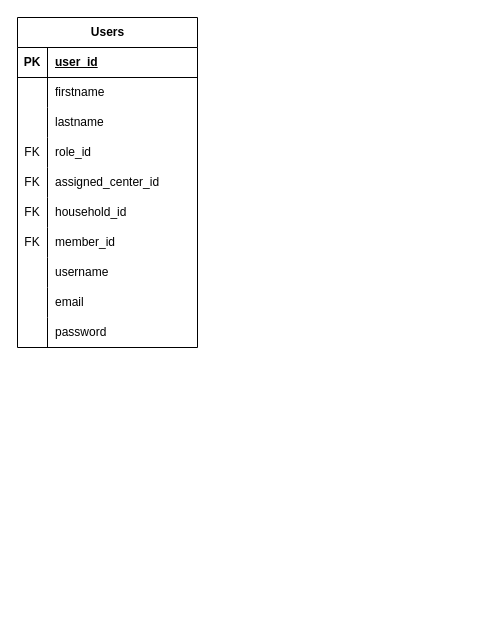
Earlier version of the draw.io diagram page "ERD" (3 of 3) of docs/sys.drawio (klint-droid/EvaTrack). Source tidied: cells renumbered, new cells numbered last; positions are measured from the earlier drawing's top-left corner, leaving out a move shared by most shapes. Both pictures are drawn from the tidied source at 100%, with x=0, y=0 at pixel (17, 17).
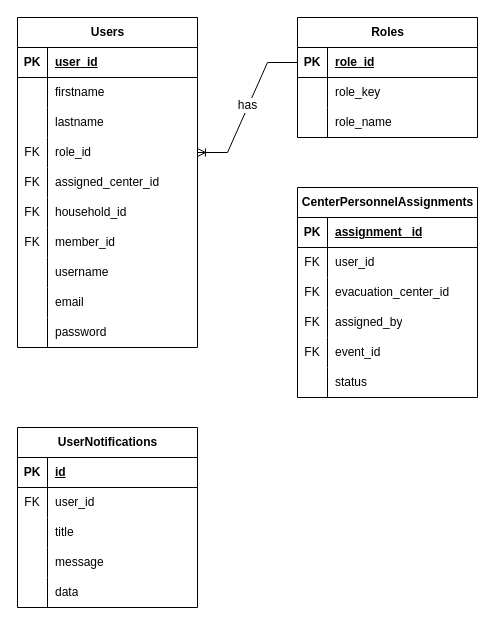
After the change.

The change refers to these unchanged cells:
```xml
<mxCell id="12" style="shape=tableRow;horizontal=0;startSize=0;swimlaneHead=0;swimlaneBody=0;fillColor=none;points=[[0,0.5],[1,0.5]];portConstraint=eastwest;top=0;left=0;right=0;bottom=0;" parent="2" vertex="1">
  <mxGeometry y="120" width="180" height="30" as="geometry" />
</mxCell>
```

What changed in the source:
```diff
@@
+    <mxCell id="33" value="Roles" style="shape=table;startSize=30;childLayout=tableLayout;rowLines=0;fontStyle=1;align=center;html=1;" parent="1" vertex="1">
+      <mxGeometry x="280" width="180" height="120" as="geometry" />
+    </mxCell>
+    <mxCell id="34" style="shape=tableRow;horizontal=0;startSize=0;swimlaneHead=0;swimlaneBody=0;fillColor=none;points=[[0,0.5],[1,0.5]];portConstraint=eastwest;top=0;left=0;right=0;bottom=1;" parent="33" vertex="1">
+      <mxGeometry y="30" width="180" height="30" as="geometry" />
+    </mxCell>
+    <mxCell id="35" value="PK" style="shape=partialRectangle;fillColor=none;top=0;left=0;bottom=0;right=0;fontStyle=1;overflow=hidden;whiteSpace=wrap;html=1;" parent="34" vertex="1">
+      <mxGeometry width="30" height="30" as="geometry" />
+    </mxCell>
+    <mxCell id="36" value="role_id" style="shape=partialRectangle;fillColor=none;top=0;left=0;bottom=0;right=0;align=left;spacingLeft=6;fontStyle=5;overflow=hidden;whiteSpace=wrap;html=1;" parent="34" vertex="1">
+      <mxGeometry x="30" width="150" height="30" as="geometry" />
+    </mxCell>
+    <mxCell id="37" style="shape=tableRow;horizontal=0;startSize=0;swimlaneHead=0;swimlaneBody=0;fillColor=none;top=0;left=0;right=0;bottom=0;" parent="33" vertex="1">
+      <mxGeometry y="60" width="180" height="30" as="geometry" />
+    </mxCell>
+    <mxCell id="38" style="shape=partialRectangle;fillColor=none;top=0;left=0;bottom=0;right=0;overflow=hidden;whiteSpace=wrap;html=1;" parent="37" vertex="1">
+      <mxGeometry width="30" height="30" as="geometry" />
+    </mxCell>
+    <mxCell id="39" value="role_key" style="shape=partialRectangle;fillColor=none;top=0;left=0;bottom=0;right=0;align=left;spacingLeft=6;overflow=hidden;whiteSpace=wrap;html=1;" parent="37" vertex="1">
+      <mxGeometry x="30" width="150" height="30" as="geometry" />
+    </mxCell>
+    <mxCell id="40" style="shape=tableRow;horizontal=0;startSize=0;swimlaneHead=0;swimlaneBody=0;fillColor=none;top=0;left=0;right=0;bottom=0;" parent="33" vertex="1">
+      <mxGeometry y="90" width="180" height="30" as="geometry" />
+    </mxCell>
+    <mxCell id="41" style="shape=partialRectangle;fillColor=none;top=0;left=0;bottom=0;right=0;overflow=hidden;whiteSpace=wrap;html=1;" parent="40" vertex="1">
+      <mxGeometry width="30" height="30" as="geometry" />
+    </mxCell>
+    <mxCell id="42" value="role_name" style="shape=partialRectangle;fillColor=none;top=0;left=0;bottom=0;right=0;align=left;spacingLeft=6;overflow=hidden;whiteSpace=wrap;html=1;" parent="40" vertex="1">
+      <mxGeometry x="30" width="150" height="30" as="geometry" />
+    </mxCell>
+    <mxCell id="43" style="edgeStyle=entityRelationEdgeStyle;fontSize=12;html=1;endArrow=ERoneToMany;rounded=0;defaultLabelBackgroundColor=page;labelPadding=0 4;entryX=1;entryY=0.5;entryDx=0;entryDy=0;exitX=0;exitY=0.5;exitDx=0;exitDy=0;" parent="1" edge="1" source="34" target="12">
+      <mxGeometry relative="1" as="geometry" />
+    </mxCell>
+    <mxCell id="44" value="has" style="edgeLabel;html=1;align=center;verticalAlign=middle;inheritText=1;fontSize=12;defaultLabelBackgroundColor=page;labelPadding=0 4;" parent="43" vertex="1">
+      <mxGeometry x="-0.03" y="-1" relative="1" as="geometry" />
+    </mxCell>
+    <mxCell id="45" value="CenterPersonnelAssignments" style="shape=table;startSize=30;childLayout=tableLayout;rowLines=0;fontStyle=1;align=center;html=1;" parent="1" vertex="1">
+      <mxGeometry x="280" y="170" width="180" height="210" as="geometry" />
+    </mxCell>
+    <mxCell id="46" style="shape=tableRow;horizontal=0;startSize=0;swimlaneHead=0;swimlaneBody=0;fillColor=none;top=0;left=0;right=0;bottom=1;" parent="45" vertex="1">
+      <mxGeometry y="30" width="180" height="30" as="geometry" />
+    </mxCell>
+    <mxCell id="47" value="PK" style="shape=partialRectangle;fillColor=none;top=0;left=0;bottom=0;right=0;fontStyle=1;overflow=hidden;whiteSpace=wrap;html=1;" parent="46" vertex="1">
+      <mxGeometry width="30" height="30" as="geometry" />
+    </mxCell>
+    <mxCell id="48" value="assignment _id" style="shape=partialRectangle;fillColor=none;top=0;left=0;bottom=0;right=0;align=left;spacingLeft=6;fontStyle=5;overflow=hidden;whiteSpace=wrap;html=1;" parent="46" vertex="1">
+      <mxGeometry x="30" width="150" height="30" as="geometry" />
+    </mxCell>
+    <mxCell id="49" style="shape=tableRow;horizontal=0;startSize=0;swimlaneHead=0;swimlaneBody=0;fillColor=none;top=0;left=0;right=0;bottom=0;" parent="45" vertex="1">
+      <mxGeometry y="60" width="180" height="30" as="geometry" />
+    </mxCell>
+    <mxCell id="50" value="FK" style="shape=partialRectangle;fillColor=none;top=0;left=0;bottom=0;right=0;overflow=hidden;whiteSpace=wrap;html=1;" parent="49" vertex="1">
+      <mxGeometry width="30" height="30" as="geometry" />
+    </mxCell>
+    <mxCell id="51" value="user_id" style="shape=partialRectangle;fillColor=none;top=0;left=0;bottom=0;right=0;align=left;spacingLeft=6;overflow=hidden;whiteSpace=wrap;html=1;" parent="49" vertex="1">
+      <mxGeometry x="30" width="150" height="30" as="geometry" />
+    </mxCell>
+    <mxCell id="52" style="shape=tableRow;horizontal=0;startSize=0;swimlaneHead=0;swimlaneBody=0;fillColor=none;top=0;left=0;right=0;bottom=0;" parent="45" vertex="1">
+      <mxGeometry y="90" width="180" height="30" as="geometry" />
+    </mxCell>
+    <mxCell id="53" value="FK" style="shape=partialRectangle;fillColor=none;top=0;left=0;bottom=0;right=0;overflow=hidden;whiteSpace=wrap;html=1;" parent="52" vertex="1">
+      <mxGeometry width="30" height="30" as="geometry" />
+    </mxCell>
+    <mxCell id="54" value="evacuation_center_id" style="shape=partialRectangle;fillColor=none;top=0;left=0;bottom=0;right=0;align=left;spacingLeft=6;overflow=hidden;whiteSpace=wrap;html=1;" parent="52" vertex="1">
+      <mxGeometry x="30" width="150" height="30" as="geometry" />
+    </mxCell>
+    <mxCell id="55" style="shape=tableRow;horizontal=0;startSize=0;swimlaneHead=0;swimlaneBody=0;fillColor=none;top=0;left=0;right=0;bottom=0;" parent="45" vertex="1">
+      <mxGeometry y="120" width="180" height="30" as="geometry" />
+    </mxCell>
+    <mxCell id="56" value="FK" style="shape=partialRectangle;fillColor=none;top=0;left=0;bottom=0;right=0;overflow=hidden;whiteSpace=wrap;html=1;" parent="55" vertex="1">
+      <mxGeometry width="30" height="30" as="geometry" />
+    </mxCell>
+    <mxCell id="57" value="assigned_by" style="shape=partialRectangle;fillColor=none;top=0;left=0;bottom=0;right=0;align=left;spacingLeft=6;overflow=hidden;whiteSpace=wrap;html=1;" parent="55" vertex="1">
+      <mxGeometry x="30" width="150" height="30" as="geometry" />
+    </mxCell>
+    <mxCell id="58" style="shape=tableRow;horizontal=0;startSize=0;swimlaneHead=0;swimlaneBody=0;fillColor=none;top=0;left=0;right=0;bottom=0;" parent="45" vertex="1">
+      <mxGeometry y="150" width="180" height="30" as="geometry" />
+    </mxCell>
+    <mxCell id="59" value="FK" style="shape=partialRectangle;fillColor=none;top=0;left=0;bottom=0;right=0;overflow=hidden;whiteSpace=wrap;html=1;" parent="58" vertex="1">
+      <mxGeometry width="30" height="30" as="geometry" />
+    </mxCell>
+    <mxCell id="60" value="event_id" style="shape=partialRectangle;fillColor=none;top=0;left=0;bottom=0;right=0;align=left;spacingLeft=6;overflow=hidden;whiteSpace=wrap;html=1;" parent="58" vertex="1">
+      <mxGeometry x="30" width="150" height="30" as="geometry" />
+    </mxCell>
+    <mxCell id="61" style="shape=tableRow;horizontal=0;startSize=0;swimlaneHead=0;swimlaneBody=0;fillColor=none;top=0;left=0;right=0;bottom=0;" parent="45" vertex="1">
+      <mxGeometry y="180" width="180" height="30" as="geometry" />
+    </mxCell>
+    <mxCell id="62" style="shape=partialRectangle;fillColor=none;top=0;left=0;bottom=0;right=0;overflow=hidden;whiteSpace=wrap;html=1;" parent="61" vertex="1">
+      <mxGeometry width="30" height="30" as="geometry" />
+    </mxCell>
+    <mxCell id="63" value="status" style="shape=partialRectangle;fillColor=none;top=0;left=0;bottom=0;right=0;align=left;spacingLeft=6;overflow=hidden;whiteSpace=wrap;html=1;" parent="61" vertex="1">
+      <mxGeometry x="30" width="150" height="30" as="geometry" />
+    </mxCell>
+    <mxCell id="64" value="UserNotifications" style="shape=table;startSize=30;childLayout=tableLayout;rowLines=0;fontStyle=1;align=center;html=1;" parent="1" vertex="1">
+      <mxGeometry y="410" width="180" height="180" as="geometry" />
+    </mxCell>
+    <mxCell id="65" style="shape=tableRow;horizontal=0;startSize=0;swimlaneHead=0;swimlaneBody=0;fillColor=none;top=0;left=0;right=0;bottom=1;" parent="64" vertex="1">
+      <mxGeometry y="30" width="180" height="30" as="geometry" />
+    </mxCell>
+    <mxCell id="66" value="PK" style="shape=partialRectangle;fillColor=none;top=0;left=0;bottom=0;right=0;fontStyle=1;overflow=hidden;whiteSpace=wrap;html=1;" parent="65" vertex="1">
+      <mxGeometry width="30" height="30" as="geometry" />
+    </mxCell>
+    <mxCell id="67" value="id" style="shape=partialRectangle;fillColor=none;top=0;left=0;bottom=0;right=0;align=left;spacingLeft=6;fontStyle=5;overflow=hidden;whiteSpace=wrap;html=1;" parent="65" vertex="1">
+      <mxGeometry x="30" width="150" height="30" as="geometry" />
+    </mxCell>
+    <mxCell id="68" style="shape=tableRow;horizontal=0;startSize=0;swimlaneHead=0;swimlaneBody=0;fillColor=none;top=0;left=0;right=0;bottom=0;" parent="64" vertex="1">
+      <mxGeometry y="60" width="180" height="30" as="geometry" />
+    </mxCell>
+    <mxCell id="69" value="FK" style="shape=partialRectangle;fillColor=none;top=0;left=0;bottom=0;right=0;overflow=hidden;whiteSpace=wrap;html=1;" parent="68" vertex="1">
+      <mxGeometry width="30" height="30" as="geometry" />
+    </mxCell>
+    <mxCell id="70" value="user_id" style="shape=partialRectangle;fillColor=none;top=0;left=0;bottom=0;right=0;align=left;spacingLeft=6;overflow=hidden;whiteSpace=wrap;html=1;" parent="68" vertex="1">
+      <mxGeometry x="30" width="150" height="30" as="geometry" />
+    </mxCell>
+    <mxCell id="71" style="shape=tableRow;horizontal=0;startSize=0;swimlaneHead=0;swimlaneBody=0;fillColor=none;top=0;left=0;right=0;bottom=0;" parent="64" vertex="1">
+      <mxGeometry y="90" width="180" height="30" as="geometry" />
+    </mxCell>
+    <mxCell id="72" style="shape=partialRectangle;fillColor=none;top=0;left=0;bottom=0;right=0;overflow=hidden;whiteSpace=wrap;html=1;" parent="71" vertex="1">
+      <mxGeometry width="30" height="30" as="geometry" />
+    </mxCell>
+    <mxCell id="73" value="title" style="shape=partialRectangle;fillColor=none;top=0;left=0;bottom=0;right=0;align=left;spacingLeft=6;overflow=hidden;whiteSpace=wrap;html=1;" parent="71" vertex="1">
+      <mxGeometry x="30" width="150" height="30" as="geometry" />
+    </mxCell>
+    <mxCell id="74" style="shape=tableRow;horizontal=0;startSize=0;swimlaneHead=0;swimlaneBody=0;fillColor=none;top=0;left=0;right=0;bottom=0;" parent="64" vertex="1">
+      <mxGeometry y="120" width="180" height="30" as="geometry" />
+    </mxCell>
+    <mxCell id="75" style="shape=partialRectangle;fillColor=none;top=0;left=0;bottom=0;right=0;overflow=hidden;whiteSpace=wrap;html=1;" parent="74" vertex="1">
+      <mxGeometry width="30" height="30" as="geometry" />
+    </mxCell>
+    <mxCell id="76" value="message" style="shape=partialRectangle;fillColor=none;top=0;left=0;bottom=0;right=0;align=left;spacingLeft=6;overflow=hidden;whiteSpace=wrap;html=1;" parent="74" vertex="1">
+      <mxGeometry x="30" width="150" height="30" as="geometry" />
+    </mxCell>
+    <mxCell id="77" style="shape=tableRow;horizontal=0;startSize=0;swimlaneHead=0;swimlaneBody=0;fillColor=none;top=0;left=0;right=0;bottom=0;" parent="64" vertex="1">
+      <mxGeometry y="150" width="180" height="30" as="geometry" />
+    </mxCell>
+    <mxCell id="78" style="shape=partialRectangle;fillColor=none;top=0;left=0;bottom=0;right=0;overflow=hidden;whiteSpace=wrap;html=1;" parent="77" vertex="1">
+      <mxGeometry width="30" height="30" as="geometry" />
+    </mxCell>
+    <mxCell id="79" value="data" style="shape=partialRectangle;fillColor=none;top=0;left=0;bottom=0;right=0;align=left;spacingLeft=6;overflow=hidden;whiteSpace=wrap;html=1;" parent="77" vertex="1">
+      <mxGeometry x="30" width="150" height="30" as="geometry" />
+    </mxCell>
```
